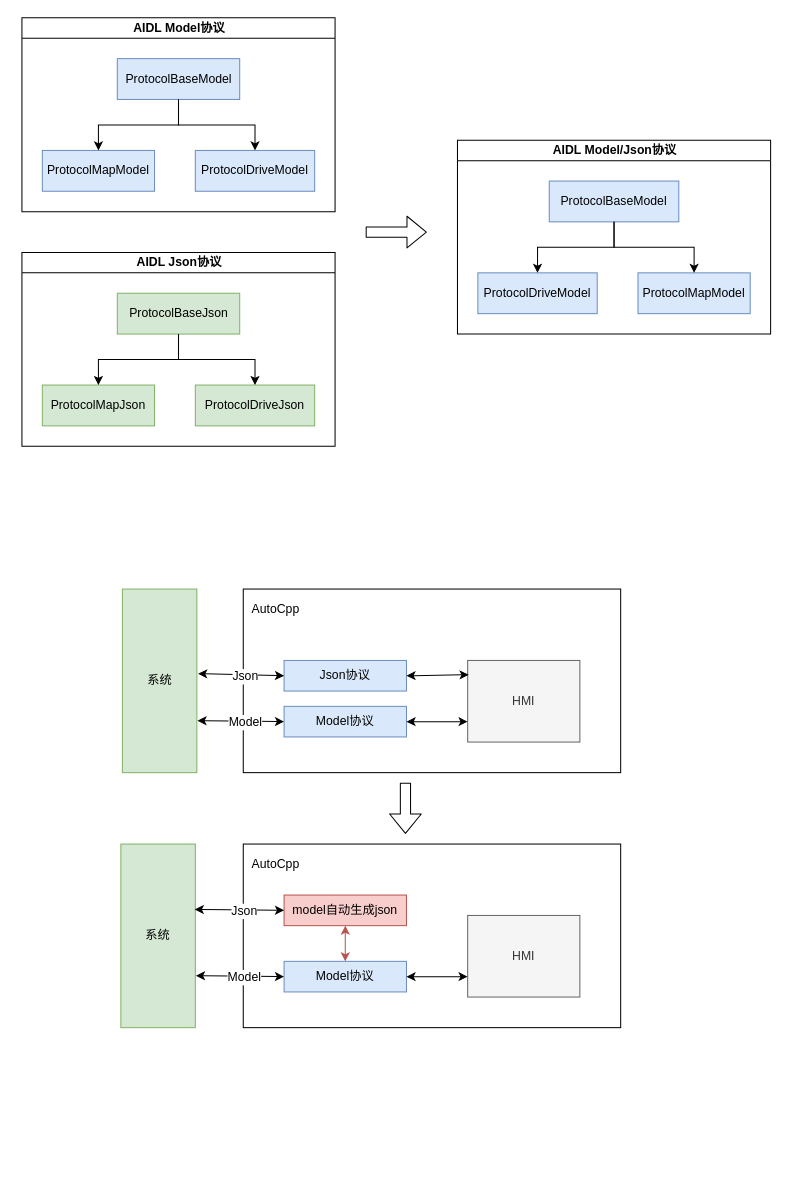
Before: page "ç¬¬ 1 é¡µ" (1 of 5) of Json协议.drawio in muupu/Asyevent, a draw.io diagram. Source tidied: cells renumbered, new cells numbered last; positions are measured from the earlier drawing's top-left corner, leaving out a move shared by most shapes. Both pictures are drawn from the tidied source at 102%, with x=0, y=0 at pixel (21, 17).
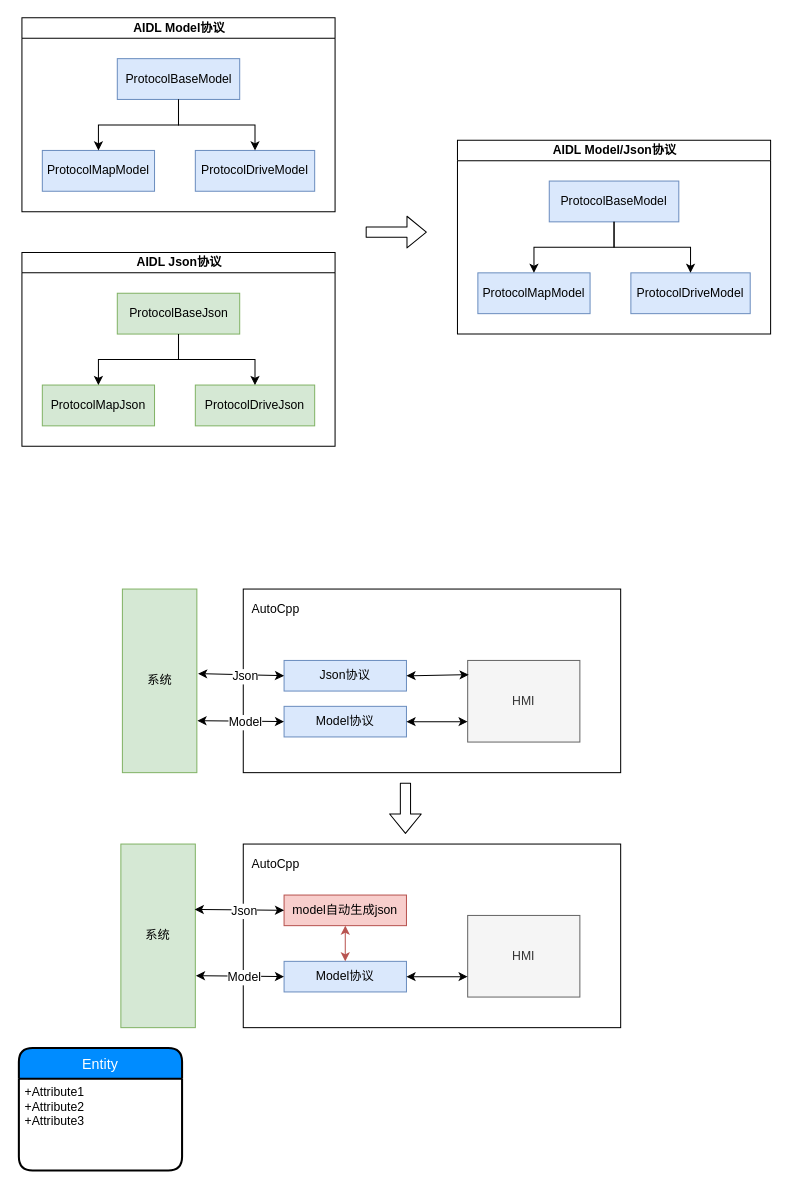
The same page after the edit.

The change refers to these unchanged cells:
```xml
<mxCell id="15" value="AIDL Model/Json协议" style="swimlane;html=1;startSize=20;horizontal=1;horizontalTree=0;containerType=tree;" parent="1" vertex="1">
  <mxGeometry x="427" y="120" width="307" height="190" as="geometry" />
</mxCell>
```

Diff of the diagram source:
```diff
@@
     <mxCell id="17" value="ProtocolMapModel" style="whiteSpace=wrap;html=1;fillColor=#dae8fc;strokeColor=#6c8ebf;" parent="15" vertex="1">
-      <mxGeometry x="177" y="130" width="110" height="40" as="geometry" />
+      <mxGeometry x="20" y="130" width="110" height="40" as="geometry" />
     </mxCell>
@@
     <mxCell id="19" value="ProtocolDriveModel" style="whiteSpace=wrap;html=1;fillColor=#dae8fc;strokeColor=#6c8ebf;" parent="15" vertex="1">
-      <mxGeometry x="20" y="130" width="117" height="40" as="geometry" />
+      <mxGeometry x="170" y="130" width="117" height="40" as="geometry" />
     </mxCell>
@@
+    <mxCell id="46" value="Entity" style="swimlane;horizontal=1;startSize=30;fillColor=#008cff;fontColor=#FFFFFF;rounded=1;fontSize=14;fontStyle=0;strokeWidth=2;shadow=0;dashed=0;align=center;" parent="1" vertex="1">
+      <mxGeometry x="-3" y="1010" width="160" height="120" as="geometry" />
+    </mxCell>
+    <mxCell id="47" value="+Attribute1&#10;+Attribute2&#10;+Attribute3" style="align=left;strokeColor=none;fillColor=none;spacingLeft=4;fontSize=12;verticalAlign=top;" parent="46" vertex="1">
+      <mxGeometry y="30" width="160" height="90" as="geometry" />
+    </mxCell>
```
